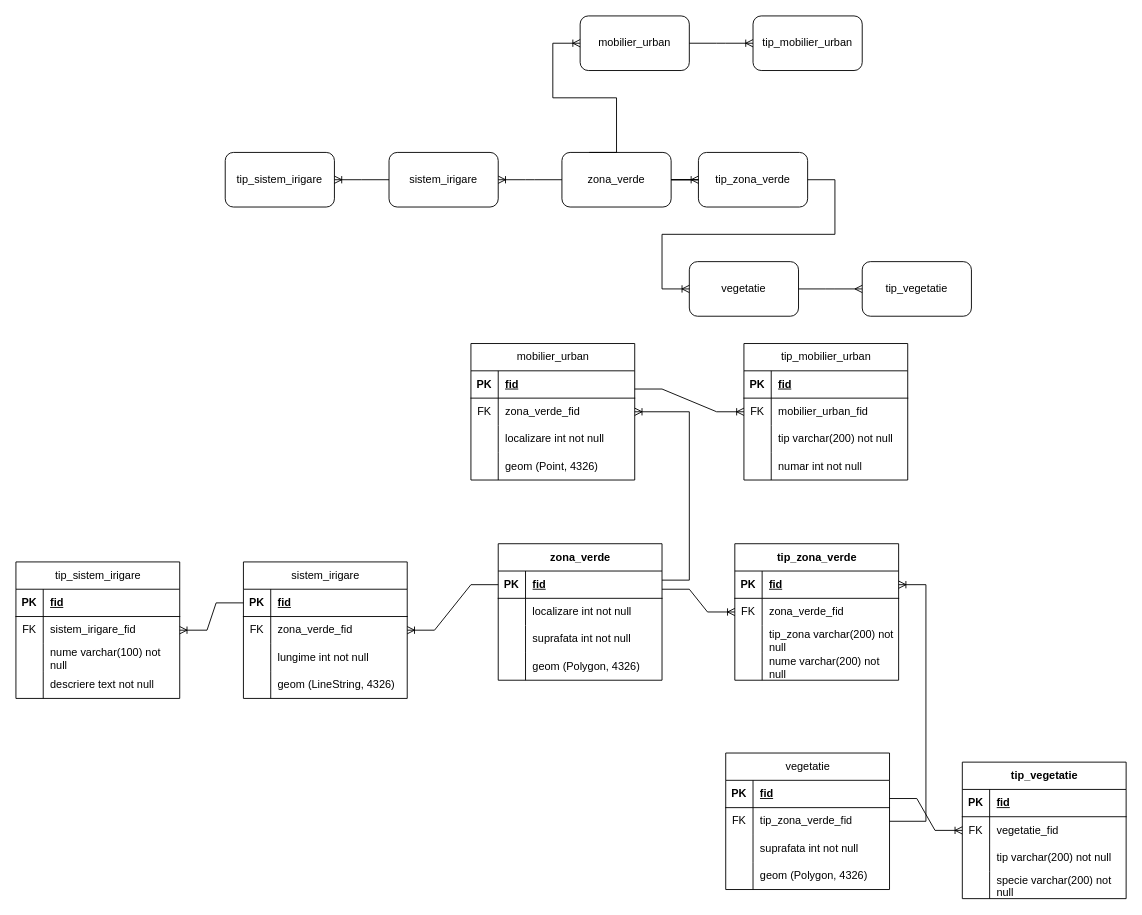
This is model abstract&conceptual.drawio from cristian19122001/database, a draw.io file, before an edit. Source tidied: cells renumbered, new cells numbered last; positions are measured from the earlier drawing's top-left corner, leaving out a move shared by most shapes. Both pictures are drawn from the tidied source at 91%, with x=0, y=0 at pixel (15, 15).
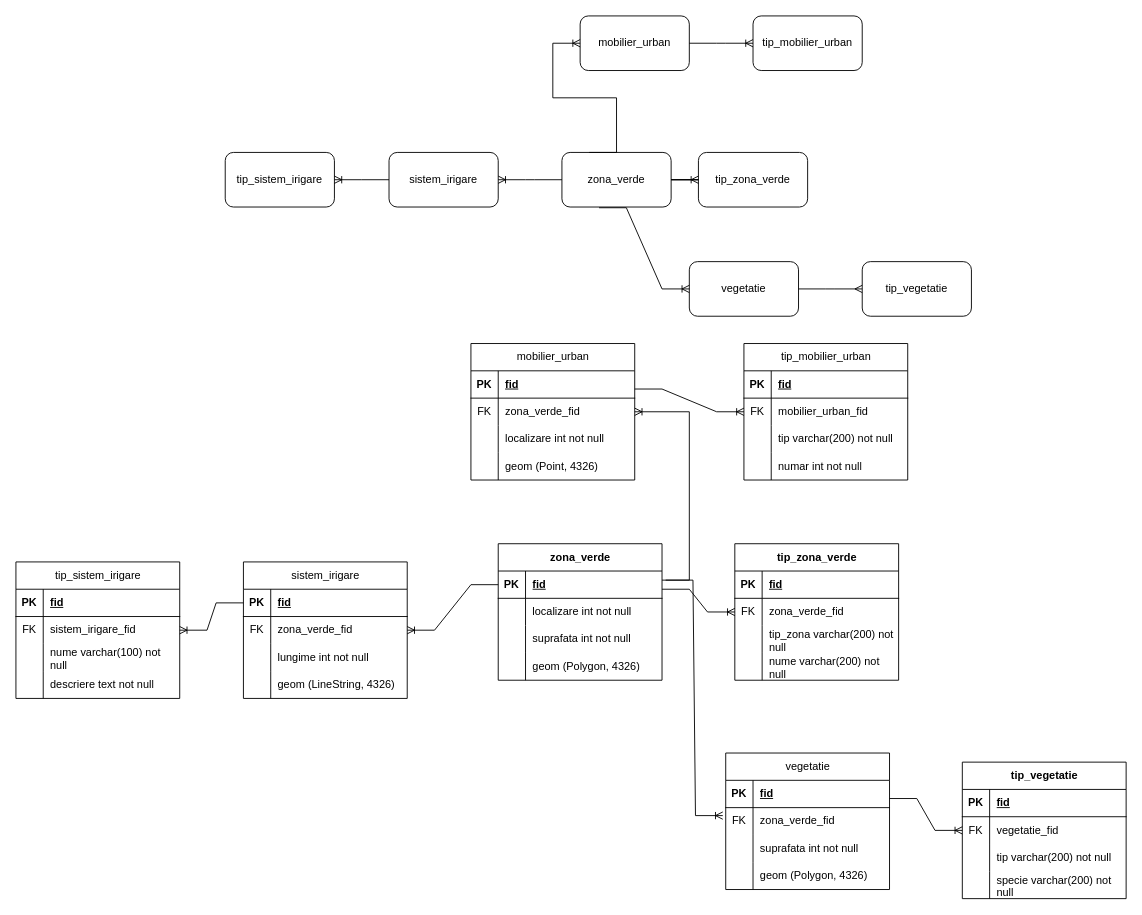
The same diagram, later.

The change refers to these unchanged cells:
```xml
<mxCell id="2" value="tip_zona_verde" style="rounded=1;whiteSpace=wrap;html=1;" parent="1" vertex="1">
  <mxGeometry x="750" y="150" width="120" height="60" as="geometry" />
</mxCell>
<mxCell id="8" value="zona_verde" style="rounded=1;whiteSpace=wrap;html=1;" parent="1" vertex="1">
  <mxGeometry x="600" y="150" width="120" height="60" as="geometry" />
</mxCell>
<mxCell id="57" style="shape=tableRow;horizontal=0;startSize=0;swimlaneHead=0;swimlaneBody=0;fillColor=none;points=[[0,0.5],[1,0.5]];portConstraint=eastwest;top=0;left=0;right=0;bottom=1;" parent="56" vertex="1">
  <mxGeometry y="30" width="180" height="30" as="geometry" />
</mxCell>
<mxCell id="73" style="shape=tableRow;horizontal=0;startSize=0;swimlaneHead=0;swimlaneBody=0;fillColor=none;points=[[0,0.5],[1,0.5]];portConstraint=eastwest;top=0;left=0;right=0;bottom=0;" parent="69" vertex="1">
  <mxGeometry y="60" width="180" height="30" as="geometry" />
</mxCell>
```

What changed in the source:
```diff
@@
-    <mxCell id="11" style="edgeStyle=entityRelationEdgeStyle;fontSize=12;html=1;endArrow=ERoneToMany;rounded=0;" parent="1" edge="1" source="2">
+    <mxCell id="11" style="edgeStyle=entityRelationEdgeStyle;fontSize=12;html=1;endArrow=ERoneToMany;rounded=0;exitX=0.34;exitY=1.013;exitDx=0;exitDy=0;exitPerimeter=0;" parent="1" edge="1" source="8">
       <mxGeometry relative="1" as="geometry">
         <mxPoint x="740" y="300" as="targetPoint" />
       </mxGeometry>
     </mxCell>
@@
-    <mxCell id="75" value="tip_zona_verde_fid" style="shape=partialRectangle;fillColor=none;top=0;left=0;bottom=0;right=0;align=left;spacingLeft=6;overflow=hidden;whiteSpace=wrap;html=1;" parent="73" vertex="1">
+    <mxCell id="75" value="zona_verde_fid" style="shape=partialRectangle;fillColor=none;top=0;left=0;bottom=0;right=0;align=left;spacingLeft=6;overflow=hidden;whiteSpace=wrap;html=1;" parent="73" vertex="1">
       <mxGeometry x="30" width="150" height="30" as="geometry" />
     </mxCell>
@@
-    <mxCell id="124" style="edgeStyle=entityRelationEdgeStyle;fontSize=12;html=1;endArrow=ERoneToMany;rounded=0;exitX=1;exitY=0.5;exitDx=0;exitDy=0;" parent="1" edge="1" source="73" target="57">
-      <mxGeometry relative="1" as="geometry" />
+    <mxCell id="124" style="edgeStyle=entityRelationEdgeStyle;fontSize=12;html=1;endArrow=ERoneToMany;rounded=0;entryX=-0.018;entryY=0.292;entryDx=0;entryDy=0;entryPerimeter=0;" parent="1" edge="1" target="73">
+      <mxGeometry relative="1" as="geometry">
+        <mxPoint x="714" y="620" as="sourcePoint" />
+      </mxGeometry>
     </mxCell>
```
